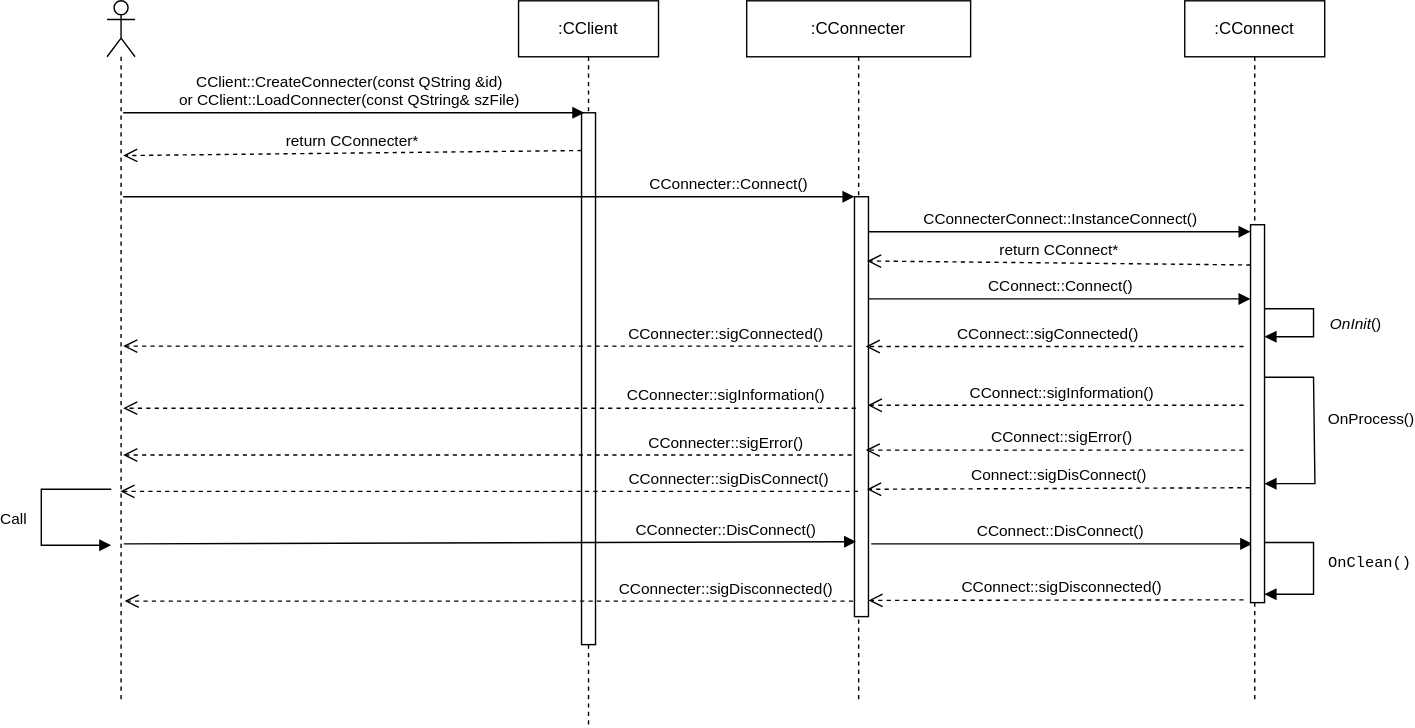
Before: docs/Image/PluginClientSequenceDiagram.svg, a diagram exported from draw.io (KangLin/RabbitRemoteControl). Source tidied: cells renumbered, new cells last; positions are measured from the earlier drawing's top-left corner, leaving out a move shared by most shapes.
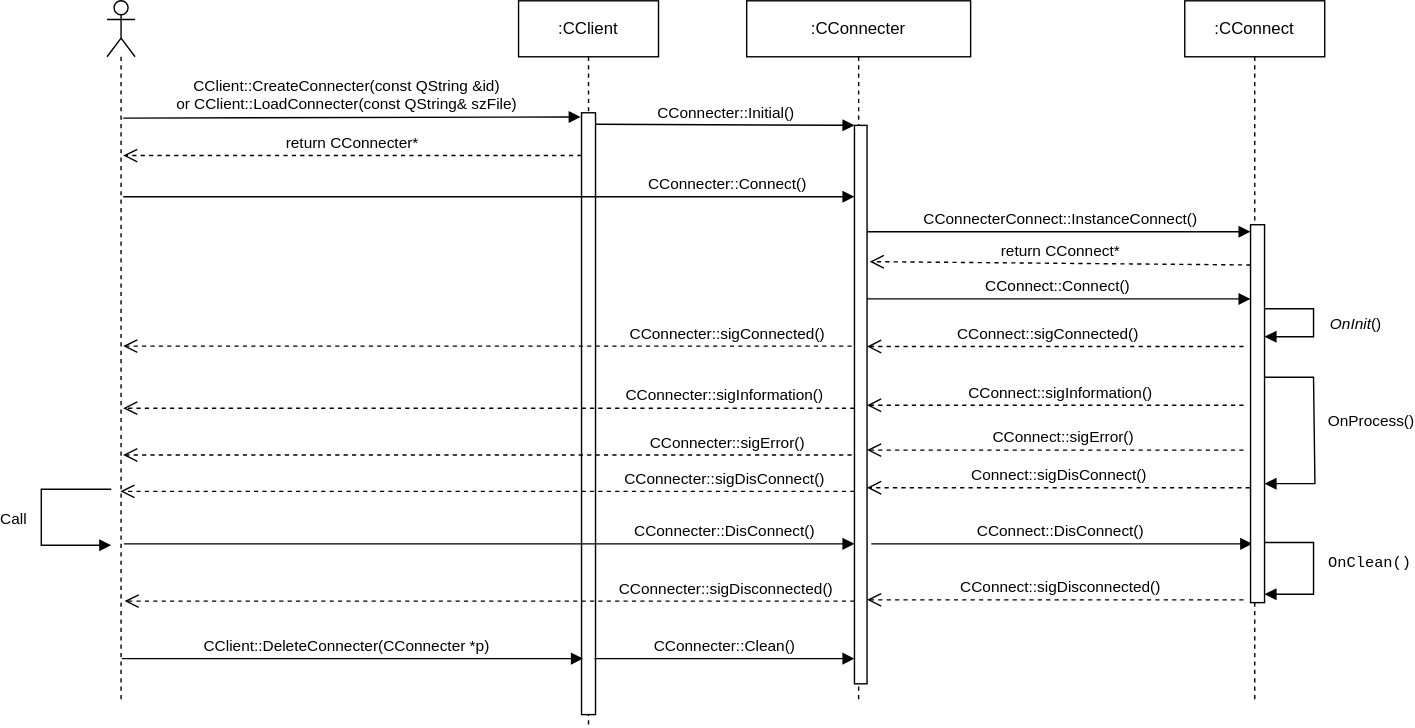
Later version of the same file.

Diff of the diagram source:
```diff
@@ -6,7 +6,7 @@
       <mxGeometry x="341" width="100" height="519" as="geometry" />
     </mxCell>
     <mxCell id="3" style="html=1;points=[];perimeter=orthogonalPerimeter;fontColor=#000000;" parent="2" vertex="1">
-      <mxGeometry x="45" y="80" width="10" height="380" as="geometry" />
+      <mxGeometry x="45" y="80" width="10" height="430" as="geometry" />
     </mxCell>
     <mxCell id="4" value="CConnecter::sigError()" style="html=1;verticalAlign=bottom;endArrow=open;dashed=1;endSize=8;rounded=0;fontColor=#000000;" parent="2" edge="1">
       <mxGeometry x="-0.65" relative="1" as="geometry">
@@ -17,9 +17,9 @@
     <mxCell id="5" value=":CConnecter" style="shape=umlLifeline;perimeter=lifelinePerimeter;whiteSpace=wrap;html=1;fontColor=#000000;" parent="1" vertex="1">
       <mxGeometry x="504" width="160" height="499" as="geometry" />
     </mxCell>
-    <mxCell id="6" style="html=1;points=[];perimeter=orthogonalPerimeter;fontColor=#000000;" parent="5" vertex="1">
-      <mxGeometry x="77" y="140" width="10" height="300" as="geometry" />
-    </mxCell>
+    <mxCell id="31" style="html=1;points=[[0,0,0,0,5],[0,1,0,0,-5],[1,0,0,0,5],[1,1,0,0,-5]];perimeter=orthogonalPerimeter;outlineConnect=0;targetShapes=umlLifeline;portConstraint=eastwest;newEdgeStyle={&quot;curved&quot;:0,&quot;rounded&quot;:0};" parent="5" vertex="1">
+      <mxGeometry x="77" y="89" width="9" height="399" as="geometry" />
+    </mxCell>
     <mxCell id="7" value="CConnect::DisConnect()" style="html=1;verticalAlign=bottom;endArrow=block;rounded=0;fontColor=#000000;entryX=0.12;entryY=0.681;entryDx=0;entryDy=0;entryPerimeter=0;" parent="5" edge="1">
       <mxGeometry x="-0.01" relative="1" as="geometry">
         <mxPoint x="89" y="388" as="sourcePoint" />
@@ -29,25 +29,17 @@
     <mxCell id="8" style="shape=umlLifeline;participant=umlActor;perimeter=lifelinePerimeter;whiteSpace=wrap;html=1;verticalAlign=top;spacingTop=36;outlineConnect=0;fontColor=#000000;" parent="1" vertex="1">
       <mxGeometry x="47" width="20" height="499" as="geometry" />
     </mxCell>
-    <mxCell id="9" value="CConnecter::DisConnect()" style="html=1;verticalAlign=bottom;endArrow=block;rounded=0;fontColor=#000000;entryX=0.12;entryY=0.681;entryDx=0;entryDy=0;entryPerimeter=0;" parent="8" edge="1">
+    <mxCell id="9" value="CConnecter::DisConnect()" style="html=1;verticalAlign=bottom;endArrow=block;rounded=0;fontColor=#000000;" parent="8" edge="1" target="31">
       <mxGeometry x="0.64" relative="1" as="geometry">
         <mxPoint x="12" y="388" as="sourcePoint" />
-        <mxPoint x="535.2" y="386.5" as="targetPoint" />
       </mxGeometry>
     </mxCell>
-    <mxCell id="10" value="CClient::CreateConnecter(const QString &amp;amp;id)&lt;div&gt;or CClient::LoadConnecter(const QString&amp;amp; szFile)&lt;/div&gt;" style="html=1;verticalAlign=bottom;endArrow=block;entryX=0;entryY=0;rounded=0;fontColor=#000000;align=center;" parent="1" edge="1">
-      <mxGeometry x="-0.03" relative="1" as="geometry">
-        <mxPoint x="58.5" y="80" as="sourcePoint" />
-        <mxPoint x="388" y="80" as="targetPoint" />
-        <mxPoint x="1" as="offset" />
-      </mxGeometry>
-    </mxCell>
     <mxCell id="11" value="return CConnecter*" style="html=1;verticalAlign=bottom;endArrow=open;dashed=1;endSize=8;rounded=0;fontColor=#000000;exitX=0;exitY=0.071;exitDx=0;exitDy=0;exitPerimeter=0;" parent="1" edge="1" source="3">
       <mxGeometry relative="1" as="geometry">
         <mxPoint x="58.5" y="110.6" as="targetPoint" />
       </mxGeometry>
     </mxCell>
-    <mxCell id="12" value="CConnecter::Connect()" style="html=1;verticalAlign=bottom;endArrow=block;entryX=0;entryY=0;rounded=0;fontColor=#000000;" parent="1" edge="1" target="6">
+    <mxCell id="12" value="CConnecter::Connect()" style="html=1;verticalAlign=bottom;endArrow=block;rounded=0;fontColor=#000000;" parent="1" edge="1" target="31">
       <mxGeometry x="0.65" relative="1" as="geometry">
         <mxPoint x="58.5" y="140" as="sourcePoint" />
       </mxGeometry>
@@ -94,66 +86,58 @@
         </Array>
       </mxGeometry>
     </mxCell>
-    <mxCell id="19" value="CConnecterConnect::InstanceConnect()" style="html=1;verticalAlign=bottom;endArrow=block;entryX=0;entryY=0;rounded=0;fontColor=#000000;" parent="1" edge="1" source="6">
+    <mxCell id="19" value="CConnecterConnect::InstanceConnect()" style="html=1;verticalAlign=bottom;endArrow=block;entryX=0;entryY=0;rounded=0;fontColor=#000000;" parent="1" edge="1" source="31">
       <mxGeometry relative="1" as="geometry">
         <mxPoint x="864" y="165" as="targetPoint" />
       </mxGeometry>
     </mxCell>
-    <mxCell id="20" value="return CConnect*" style="html=1;verticalAlign=bottom;endArrow=open;dashed=1;endSize=8;exitX=0;exitY=0.95;rounded=0;fontColor=#000000;entryX=0.9;entryY=0.153;entryDx=0;entryDy=0;entryPerimeter=0;" parent="1" edge="1" target="6">
+    <mxCell id="20" value="return CConnect*" style="html=1;verticalAlign=bottom;endArrow=open;dashed=1;endSize=8;exitX=0;exitY=0.95;rounded=0;fontColor=#000000;entryX=1.213;entryY=0.244;entryDx=0;entryDy=0;entryPerimeter=0;" parent="1" edge="1" target="31">
       <mxGeometry relative="1" as="geometry">
         <mxPoint x="864" y="188.8" as="sourcePoint" />
       </mxGeometry>
     </mxCell>
-    <mxCell id="21" value="CConnect::Connect()" style="html=1;verticalAlign=bottom;endArrow=block;entryX=0;entryY=0;rounded=0;fontColor=#000000;" parent="1" edge="1" source="6">
+    <mxCell id="21" value="CConnect::Connect()" style="html=1;verticalAlign=bottom;endArrow=block;entryX=0;entryY=0;rounded=0;fontColor=#000000;" parent="1" edge="1" source="31">
       <mxGeometry relative="1" as="geometry">
         <mxPoint x="864" y="213" as="targetPoint" />
       </mxGeometry>
     </mxCell>
-    <mxCell id="22" value="CConnect::sigConnected()" style="html=1;verticalAlign=bottom;endArrow=open;dashed=1;endSize=8;rounded=0;fontColor=#000000;" parent="1" edge="1">
+    <mxCell id="22" value="CConnect::sigConnected()" style="html=1;verticalAlign=bottom;endArrow=open;dashed=1;endSize=8;rounded=0;fontColor=#000000;" parent="1" edge="1" target="31">
       <mxGeometry x="0.04" relative="1" as="geometry">
         <mxPoint x="859" y="247" as="sourcePoint" />
-        <mxPoint x="589" y="247" as="targetPoint" />
       </mxGeometry>
     </mxCell>
-    <mxCell id="23" value="CConnect::sigDisconnected()" style="html=1;verticalAlign=bottom;endArrow=open;dashed=1;endSize=8;rounded=0;fontColor=#000000;entryX=1;entryY=0.891;entryDx=0;entryDy=0;entryPerimeter=0;" parent="1" edge="1">
+    <mxCell id="23" value="CConnect::sigDisconnected()" style="html=1;verticalAlign=bottom;endArrow=open;dashed=1;endSize=8;rounded=0;fontColor=#000000;" parent="1" edge="1" target="31">
       <mxGeometry x="-0.03" relative="1" as="geometry">
         <mxPoint x="859" y="428" as="sourcePoint" />
-        <mxPoint x="591" y="428.4" as="targetPoint" />
       </mxGeometry>
     </mxCell>
-    <mxCell id="24" value="CConnecter::sigDisconnected()" style="html=1;verticalAlign=bottom;endArrow=open;dashed=1;endSize=8;rounded=0;fontColor=#000000;exitX=-0.2;exitY=0.91;exitDx=0;exitDy=0;exitPerimeter=0;" parent="1" edge="1">
+    <mxCell id="24" value="CConnecter::sigDisconnected()" style="html=1;verticalAlign=bottom;endArrow=open;dashed=1;endSize=8;rounded=0;fontColor=#000000;" parent="1" edge="1" source="31">
       <mxGeometry x="-0.65" relative="1" as="geometry">
-        <mxPoint x="580" y="428.9" as="sourcePoint" />
         <mxPoint x="59.5" y="428.9" as="targetPoint" />
       </mxGeometry>
     </mxCell>
-    <mxCell id="25" value="CConnect::sigError()" style="html=1;verticalAlign=bottom;endArrow=open;dashed=1;endSize=8;rounded=0;fontColor=#000000;" parent="1" edge="1">
+    <mxCell id="25" value="CConnect::sigError()" style="html=1;verticalAlign=bottom;endArrow=open;dashed=1;endSize=8;rounded=0;fontColor=#000000;" parent="1" edge="1" target="31">
       <mxGeometry x="-0.04" relative="1" as="geometry">
         <mxPoint x="859" y="321" as="sourcePoint" />
-        <mxPoint x="589" y="321" as="targetPoint" />
       </mxGeometry>
     </mxCell>
-    <mxCell id="26" value="CConnect::sigInformation()" style="html=1;verticalAlign=bottom;endArrow=open;dashed=1;endSize=8;rounded=0;fontColor=#000000;" parent="1" edge="1">
+    <mxCell id="26" value="CConnect::sigInformation()" style="html=1;verticalAlign=bottom;endArrow=open;dashed=1;endSize=8;rounded=0;fontColor=#000000;" parent="1" edge="1" target="31">
       <mxGeometry x="-0.03" relative="1" as="geometry">
         <mxPoint x="859" y="289" as="sourcePoint" />
-        <mxPoint x="590.5" y="289" as="targetPoint" />
       </mxGeometry>
     </mxCell>
-    <mxCell id="27" value="CConnecter::sigInformation()" style="html=1;verticalAlign=bottom;endArrow=open;dashed=1;endSize=8;rounded=0;fontColor=#000000;exitX=0.1;exitY=0.583;exitDx=0;exitDy=0;exitPerimeter=0;" parent="1" edge="1">
+    <mxCell id="27" value="CConnecter::sigInformation()" style="html=1;verticalAlign=bottom;endArrow=open;dashed=1;endSize=8;rounded=0;fontColor=#000000;" parent="1" edge="1" source="31">
       <mxGeometry x="-0.64" relative="1" as="geometry">
-        <mxPoint x="582" y="291.1" as="sourcePoint" />
         <mxPoint x="58.5" y="291.1" as="targetPoint" />
       </mxGeometry>
     </mxCell>
-    <mxCell id="28" value="Connect::sigDisConnect()" style="html=1;verticalAlign=bottom;endArrow=open;dashed=1;endSize=8;curved=0;rounded=0;" parent="1" edge="1">
+    <mxCell id="28" value="Connect::sigDisConnect()" style="html=1;verticalAlign=bottom;endArrow=open;dashed=1;endSize=8;curved=0;rounded=0;" parent="1" edge="1" target="31">
       <mxGeometry relative="1" as="geometry">
         <mxPoint x="863.5" y="347.9" as="sourcePoint" />
-        <mxPoint x="590" y="349" as="targetPoint" />
       </mxGeometry>
     </mxCell>
-    <mxCell id="29" value="CConnecter::sigDisConnect()" style="html=1;verticalAlign=bottom;endArrow=open;dashed=1;endSize=8;curved=0;rounded=0;" parent="1" edge="1">
+    <mxCell id="29" value="CConnecter::sigDisConnect()" style="html=1;verticalAlign=bottom;endArrow=open;dashed=1;endSize=8;curved=0;rounded=0;" parent="1" edge="1" source="31">
       <mxGeometry x="-0.65" relative="1" as="geometry">
-        <mxPoint x="583.5" y="350.5" as="sourcePoint" />
         <mxPoint x="56.5" y="350.5" as="targetPoint" />
       </mxGeometry>
     </mxCell>
@@ -167,5 +151,23 @@
         </Array>
       </mxGeometry>
     </mxCell>
+    <mxCell id="32" value="CClient::DeleteConnecter(CConnecter *p)" style="html=1;verticalAlign=bottom;endArrow=block;entryX=0;entryY=0;rounded=0;fontColor=#000000;align=center;" parent="1" edge="1">
+      <mxGeometry x="-0.03" relative="1" as="geometry">
+        <mxPoint x="57.5" y="470" as="sourcePoint" />
+        <mxPoint x="387" y="470" as="targetPoint" />
+        <mxPoint x="1" as="offset" />
+      </mxGeometry>
+    </mxCell>
+    <mxCell id="33" value="CConnecter::Clean()" style="html=1;verticalAlign=bottom;endArrow=block;curved=0;rounded=0;exitX=0.92;exitY=0.907;exitDx=0;exitDy=0;exitPerimeter=0;" parent="1" edge="1" source="3" target="31">
+      <mxGeometry relative="1" as="geometry" />
+    </mxCell>
+    <mxCell id="34" value="CConnecter::Initial()" style="html=1;verticalAlign=bottom;endArrow=block;curved=0;rounded=0;exitX=0.96;exitY=0.019;exitDx=0;exitDy=0;exitPerimeter=0;" parent="1" edge="1" source="3" target="31">
+      <mxGeometry relative="1" as="geometry" />
+    </mxCell>
+    <mxCell id="10" value="CClient::CreateConnecter(const QString &amp;amp;id)&lt;div&gt;or CClient::LoadConnecter(const QString&amp;amp; szFile)&lt;/div&gt;" style="html=1;verticalAlign=bottom;endArrow=block;entryX=-0.06;entryY=0.007;rounded=0;fontColor=#000000;align=center;entryDx=0;entryDy=0;entryPerimeter=0;exitX=0.58;exitY=0.168;exitDx=0;exitDy=0;exitPerimeter=0;" parent="1" edge="1" source="8" target="3">
+      <mxGeometry x="-0.03" relative="1" as="geometry">
+        <mxPoint x="1" as="offset" />
+      </mxGeometry>
+    </mxCell>
   </root>
 </mxGraphModel>
```
